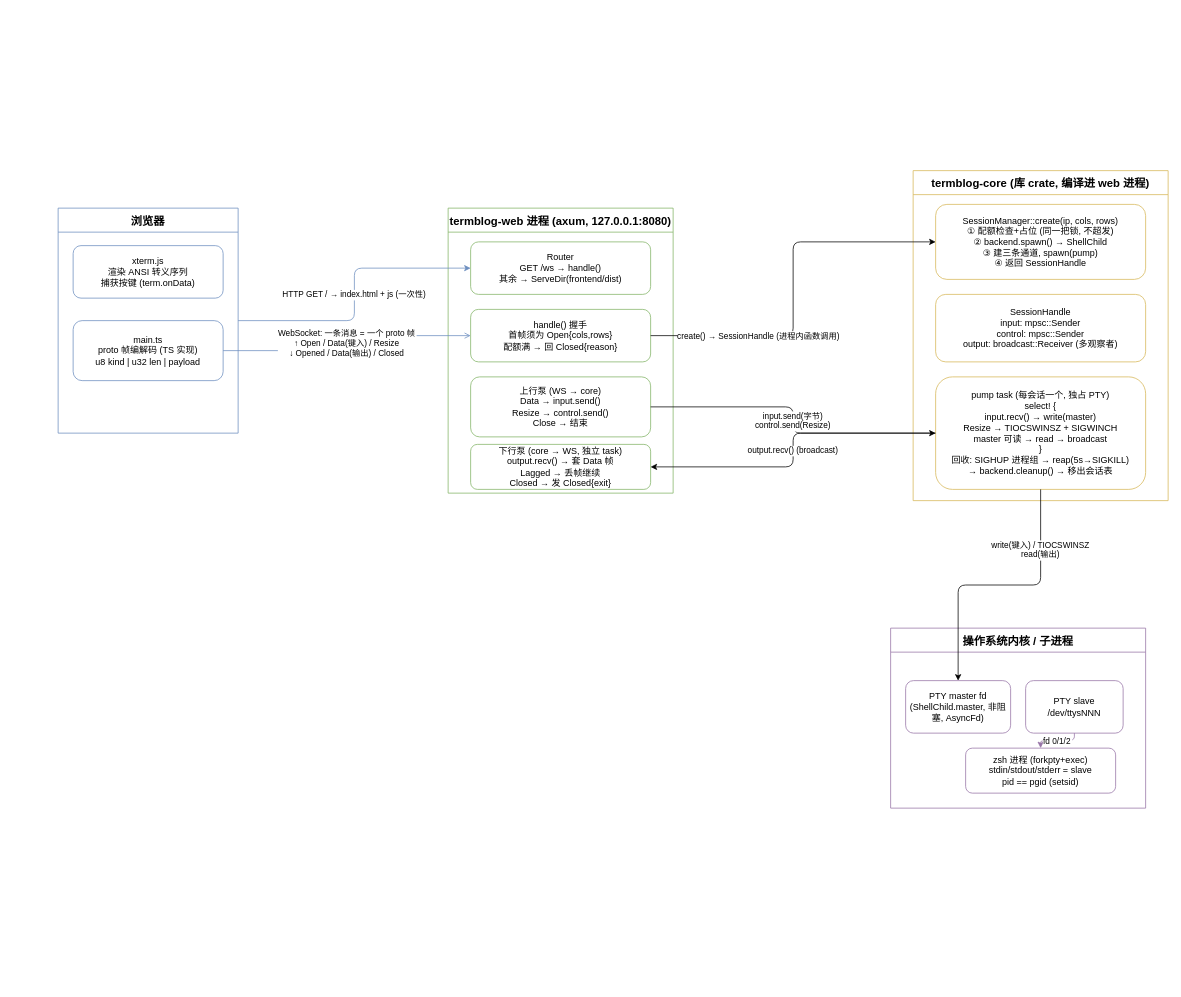
Above: docs/architecture.drawio in yizishun/termblog (draw.io), before the change. Source tidied: cells renumbered, new cells numbered last; positions are measured from the earlier drawing's top-left corner, leaving out a move shared by most shapes. Both pictures are drawn from the tidied source at 75%, with x=0, y=0 at pixel (58, 170).
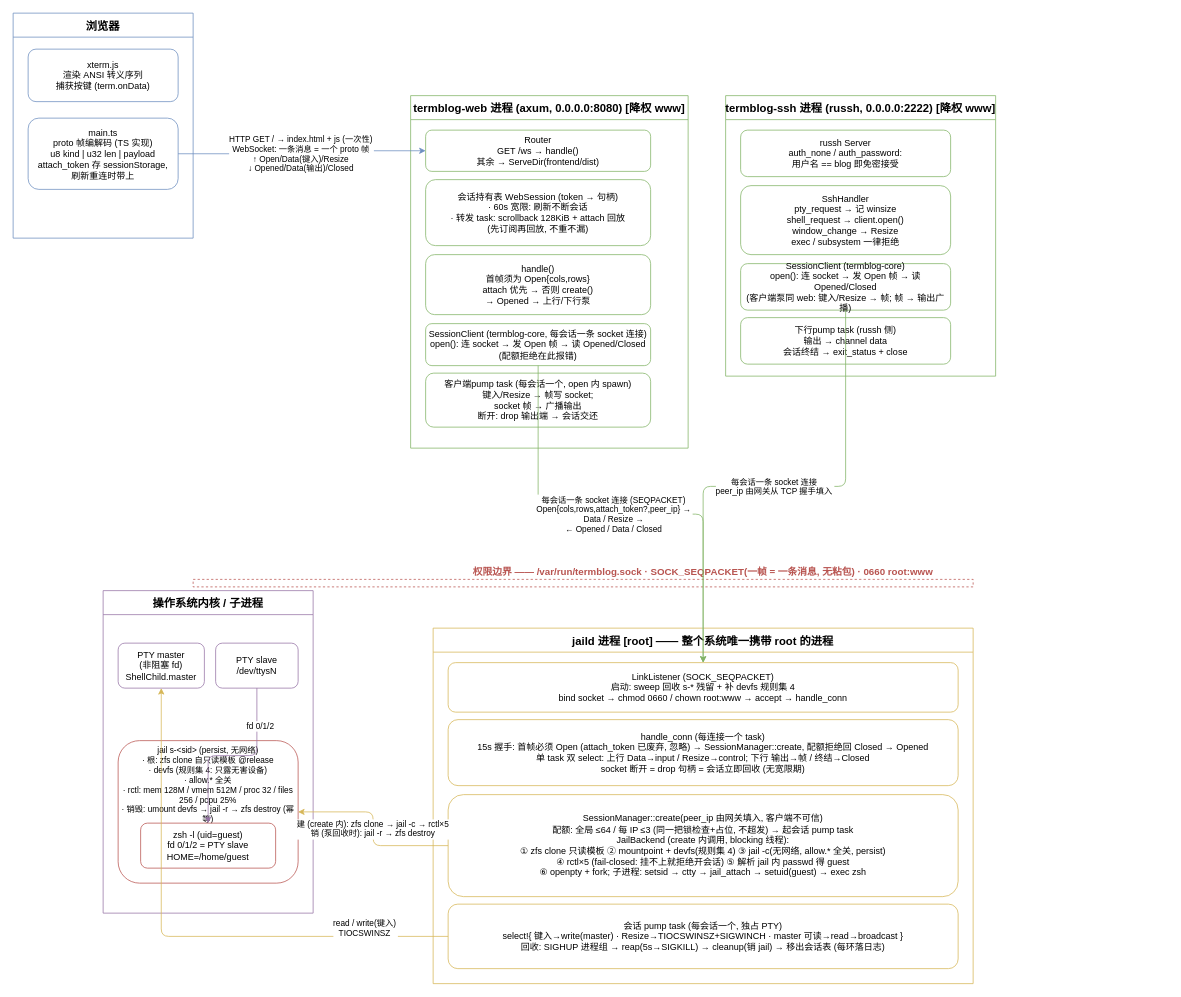
The same diagram, later.

Diff of the diagram source:
```diff
@@
     <mxCell id="2" value="浏览器" style="swimlane;startSize=32;fontSize=15;fontStyle=1;fill=#dae8fc;strokeColor=#6c8ebf;" parent="1" vertex="1">
-      <mxGeometry y="50" width="240" height="300" as="geometry" />
+      <mxGeometry x="-60" y="-210" width="240" height="300" as="geometry" />
     </mxCell>
     <mxCell id="3" value="xterm.js&#10;渲染 ANSI 转义序列&#10;捕获按键 (term.onData)" style="rounded=1;whiteSpace=wrap;fill=#ffffff;strokeColor=#6c8ebf;fontSize=12;" parent="2" vertex="1">
-      <mxGeometry x="20" y="50" width="200" height="70" as="geometry" />
+      <mxGeometry x="20" y="48" width="200" height="70" as="geometry" />
     </mxCell>
-    <mxCell id="4" value="main.ts&#10;proto 帧编解码 (TS 实现)&#10;u8 kind | u32 len | payload" style="rounded=1;whiteSpace=wrap;fill=#ffffff;strokeColor=#6c8ebf;fontSize=12;" parent="2" vertex="1">
-      <mxGeometry x="20" y="150" width="200" height="80" as="geometry" />
+    <mxCell id="4" value="main.ts&#10;proto 帧编解码 (TS 实现)&#10;u8 kind | u32 len | payload&#10;attach_token 存 sessionStorage,&#10;刷新重连时带上" style="rounded=1;whiteSpace=wrap;fill=#ffffff;strokeColor=#6c8ebf;fontSize=12;" parent="2" vertex="1">
+      <mxGeometry x="20" y="140" width="200" height="95" as="geometry" />
     </mxCell>
-    <mxCell id="5" value="termblog-web 进程 (axum, 127.0.0.1:8080)" style="swimlane;startSize=32;fontSize=15;fontStyle=1;fill=#d5e8d4;strokeColor=#82b366;" parent="1" vertex="1">
-      <mxGeometry x="520" y="50" width="300" height="380" as="geometry" />
+    <mxCell id="5" value="termblog-web 进程 (axum, 0.0.0.0:8080) [降权 www]" style="swimlane;startSize=32;fontSize=15;fontStyle=1;fill=#d5e8d4;strokeColor=#82b366;" parent="1" vertex="1">
+      <mxGeometry x="470" y="-100" width="370" height="470" as="geometry" />
     </mxCell>
     <mxCell id="6" value="Router&#10;GET /ws → handle()&#10;其余 → ServeDir(frontend/dist)" style="rounded=1;whiteSpace=wrap;fill=#ffffff;strokeColor=#82b366;fontSize=12;" parent="5" vertex="1">
-      <mxGeometry x="30" y="45" width="240" height="70" as="geometry" />
+      <mxGeometry x="20" y="46" width="300" height="55" as="geometry" />
     </mxCell>
+    <mxCell id="25" value="会话持有表 WebSession (token → 句柄)&#10;· 60s 宽限: 刷新不断会话&#10;· 转发 task: scrollback 128KiB + attach 回放&#10;(先订阅再回放, 不重不漏)" style="rounded=1;whiteSpace=wrap;fill=#ffffff;strokeColor=#82b366;fontSize=12;" parent="5" vertex="1">
+      <mxGeometry x="20" y="112" width="300" height="88" as="geometry" />
+    </mxCell>
-    <mxCell id="7" value="handle() 握手&#10;首帧须为 Open{cols,rows}&#10;配额满 → 回 Closed{reason}" style="rounded=1;whiteSpace=wrap;fill=#ffffff;strokeColor=#82b366;fontSize=12;" parent="5" vertex="1">
-      <mxGeometry x="30" y="135" width="240" height="70" as="geometry" />
+    <mxCell id="7" value="handle()&#10;首帧须为 Open{cols,rows}&#10;attach 优先 → 否则 create()&#10;→ Opened → 上行/下行泵" style="rounded=1;whiteSpace=wrap;fill=#ffffff;strokeColor=#82b366;fontSize=12;" parent="5" vertex="1">
+      <mxGeometry x="20" y="212" width="300" height="80" as="geometry" />
     </mxCell>
-    <mxCell id="8" value="上行泵 (WS → core)&#10;Data → input.send()&#10;Resize → control.send()&#10;Close → 结束" style="rounded=1;whiteSpace=wrap;fill=#ffffff;strokeColor=#82b366;fontSize=12;" parent="5" vertex="1">
-      <mxGeometry x="30" y="225" width="240" height="80" as="geometry" />
-    </mxCell>
-    <mxCell id="9" value="下行泵 (core → WS, 独立 task)&#10;output.recv() → 套 Data 帧&#10;Lagged → 丢帧继续&#10;Closed → 发 Closed{exit}" style="rounded=1;whiteSpace=wrap;fill=#ffffff;strokeColor=#82b366;fontSize=12;" parent="5" vertex="1">
-      <mxGeometry x="30" y="315" width="240" height="60" as="geometry" />
-    </mxCell>
-    <mxCell id="10" value="termblog-core (库 crate, 编译进 web 进程)" style="swimlane;startSize=32;fontSize=15;fontStyle=1;fill=#fff2cc;strokeColor=#d6b656;" parent="1" vertex="1">
-      <mxGeometry x="1140" width="340" height="440" as="geometry" />
-    </mxCell>
-    <mxCell id="11" value="SessionManager::create(ip, cols, rows)&#10;① 配额检查+占位 (同一把锁, 不超发)&#10;② backend.spawn() → ShellChild&#10;③ 建三条通道, spawn(pump)&#10;④ 返回 SessionHandle" style="rounded=1;whiteSpace=wrap;fill=#ffffff;strokeColor=#d6b656;fontSize=12;" parent="10" vertex="1">
-      <mxGeometry x="30" y="45" width="280" height="100" as="geometry" />
-    </mxCell>
-    <mxCell id="12" value="SessionHandle&#10;input: mpsc::Sender&#10;control: mpsc::Sender&#10;output: broadcast::Receiver (多观察者)" style="rounded=1;whiteSpace=wrap;fill=#ffffff;strokeColor=#d6b656;fontSize=12;" parent="10" vertex="1">
-      <mxGeometry x="30" y="165" width="280" height="90" as="geometry" />
-    </mxCell>
-    <mxCell id="13" value="pump task (每会话一个, 独占 PTY)&#10;select! {&#10;  input.recv() → write(master)&#10;  Resize → TIOCSWINSZ + SIGWINCH&#10;  master 可读 → read → broadcast&#10;}&#10;回收: SIGHUP 进程组 → reap(5s→SIGKILL)&#10;→ backend.cleanup() → 移出会话表" style="rounded=1;whiteSpace=wrap;fill=#ffffff;strokeColor=#d6b656;fontSize=12;" parent="10" vertex="1">
-      <mxGeometry x="30" y="275" width="280" height="150" as="geometry" />
-    </mxCell>
+    <mxCell id="26" value="SessionClient (termblog-core, 每会话一条 socket 连接)&#10;open(): 连 socket → 发 Open 帧 → 读 Opened/Closed&#10;(配额拒绝在此报错)" style="rounded=1;whiteSpace=wrap;fill=#ffffff;strokeColor=#82b366;fontSize=12;" parent="5" vertex="1">
+      <mxGeometry x="20" y="304" width="300" height="56" as="geometry" />
+    </mxCell>
+    <mxCell id="27" value="客户端pump task (每会话一个, open 内 spawn)&#10;键入/Resize → 帧写 socket;&#10;socket 帧 → 广播输出&#10;断开: drop 输出端 → 会话交还" style="rounded=1;whiteSpace=wrap;fill=#ffffff;strokeColor=#82b366;fontSize=12;" parent="5" vertex="1">
+      <mxGeometry x="20" y="370" width="300" height="72" as="geometry" />
+    </mxCell>
+    <mxCell id="28" value="termblog-ssh 进程 (russh, 0.0.0.0:2222) [降权 www]" style="swimlane;startSize=32;fontSize=15;fontStyle=1;fill=#d5e8d4;strokeColor=#82b366;" parent="1" vertex="1">
+      <mxGeometry x="890" y="-100" width="360" height="374" as="geometry" />
+    </mxCell>
+    <mxCell id="29" value="russh Server&#10;auth_none / auth_password:&#10;用户名 == blog 即免密接受" style="rounded=1;whiteSpace=wrap;fill=#ffffff;strokeColor=#82b366;fontSize=12;" parent="28" vertex="1">
+      <mxGeometry x="20" y="46" width="280" height="62" as="geometry" />
+    </mxCell>
+    <mxCell id="30" value="SshHandler&#10;pty_request → 记 winsize&#10;shell_request → client.open()&#10;window_change → Resize&#10;exec / subsystem 一律拒绝" style="rounded=1;whiteSpace=wrap;fill=#ffffff;strokeColor=#82b366;fontSize=12;" parent="28" vertex="1">
+      <mxGeometry x="20" y="120" width="280" height="92" as="geometry" />
+    </mxCell>
+    <mxCell id="31" value="SessionClient (termblog-core)&#10;open(): 连 socket → 发 Open 帧 → 读 Opened/Closed&#10;(客户端泵同 web: 键入/Resize → 帧; 帧 → 输出广播)" style="rounded=1;whiteSpace=wrap;fill=#ffffff;strokeColor=#82b366;fontSize=12;" parent="28" vertex="1">
+      <mxGeometry x="20" y="224" width="280" height="62" as="geometry" />
+    </mxCell>
+    <mxCell id="32" value="下行pump task (russh 侧)&#10;输出 → channel data&#10;会话终结 → exit_status + close" style="rounded=1;whiteSpace=wrap;fill=#ffffff;strokeColor=#82b366;fontSize=12;" parent="28" vertex="1">
+      <mxGeometry x="20" y="296" width="280" height="62" as="geometry" />
+    </mxCell>
+    <mxCell id="33" value="权限边界 —— /var/run/termblog.sock · SOCK_SEQPACKET(一帧 = 一条消息, 无粘包) · 0660 root:www" style="text;html=1;strokeColor=none;fillColor=none;align=center;verticalAlign=middle;whiteSpace=wrap;fontSize=13;fontStyle=1;fontColor=#b85450;" parent="1" vertex="1">
+      <mxGeometry x="500" y="520" width="720" height="30" as="geometry" />
+    </mxCell>
+    <mxCell id="34" style="endArrow=none;dashed=1;strokeWidth=1;strokeColor=#b85450;" parent="1" vertex="1">
+      <mxGeometry x="180" y="545" width="1040" height="10" as="geometry" />
+    </mxCell>
+    <mxCell id="35" value="jaild 进程 [root] —— 整个系统唯一携带 root 的进程" style="swimlane;startSize=32;fontSize=15;fontStyle=1;fill=#fff2cc;strokeColor=#d6b656;" parent="1" vertex="1">
+      <mxGeometry x="500" y="610" width="720" height="474" as="geometry" />
+    </mxCell>
+    <mxCell id="36" value="LinkListener (SOCK_SEQPACKET)&#10;启动: sweep 回收 s-* 残留 + 补 devfs 规则集 4&#10;bind socket → chmod 0660 / chown root:www → accept → handle_conn" style="rounded=1;whiteSpace=wrap;fill=#ffffff;strokeColor=#d6b656;fontSize=12;" parent="35" vertex="1">
+      <mxGeometry x="20" y="46" width="680" height="66" as="geometry" />
+    </mxCell>
+    <mxCell id="37" value="handle_conn (每连接一个 task)&#10;15s 握手: 首帧必须 Open (attach_token 已废弃, 忽略) → SessionManager::create, 配额拒绝回 Closed → Opened&#10;单 task 双 select: 上行 Data→input / Resize→control; 下行 输出→帧 / 终结→Closed&#10;socket 断开 = drop 句柄 = 会话立即回收 (无宽限期)" style="rounded=1;whiteSpace=wrap;fill=#ffffff;strokeColor=#d6b656;fontSize=12;" parent="35" vertex="1">
+      <mxGeometry x="20" y="122" width="680" height="88" as="geometry" />
+    </mxCell>
+    <mxCell id="38" value="SessionManager::create(peer_ip 由网关填入, 客户端不可信)&#10;配额: 全局 ≤64 / 每 IP ≤3 (同一把锁检查+占位, 不超发) → 起会话 pump task&#10;JailBackend (create 内调用, blocking 线程):&#10;① zfs clone 只读模板  ② mountpoint + devfs(规则集 4)  ③ jail -c(无网络, allow.* 全关, persist)&#10;④ rctl×5 (fail-closed: 挂不上就拒绝开会话)  ⑤ 解析 jail 内 passwd 得 guest&#10;⑥ openpty + fork; 子进程: setsid → ctty → jail_attach → setuid(guest) → exec zsh" style="rounded=1;whiteSpace=wrap;fill=#ffffff;strokeColor=#d6b656;fontSize=12;" parent="35" vertex="1">
+      <mxGeometry x="20" y="222" width="680" height="136" as="geometry" />
+    </mxCell>
+    <mxCell id="39" value="会话 pump task (每会话一个, 独占 PTY)&#10;select!{ 键入→write(master) · Resize→TIOCSWINSZ+SIGWINCH · master 可读→read→broadcast }&#10;回收: SIGHUP 进程组 → reap(5s→SIGKILL) → cleanup(销 jail) → 移出会话表 (每环落日志)" style="rounded=1;whiteSpace=wrap;fill=#ffffff;strokeColor=#d6b656;fontSize=12;" parent="35" vertex="1">
+      <mxGeometry x="20" y="368" width="680" height="86" as="geometry" />
+    </mxCell>
     <mxCell id="14" value="操作系统内核 / 子进程" style="swimlane;startSize=32;fontSize=15;fontStyle=1;fill=#e1d5e7;strokeColor=#9673a6;" parent="1" vertex="1">
-      <mxGeometry x="1110" y="610" width="340" height="240" as="geometry" />
+      <mxGeometry x="60" y="560" width="280" height="430" as="geometry" />
     </mxCell>
-    <mxCell id="15" value="PTY master fd&#10;(ShellChild.master, 非阻塞, AsyncFd)" style="rounded=1;whiteSpace=wrap;fill=#ffffff;strokeColor=#9673a6;fontSize=12;" parent="14" vertex="1">
-      <mxGeometry x="20" y="70" width="140" height="70" as="geometry" />
+    <mxCell id="15" value="PTY master&#10;(非阻塞 fd)&#10;ShellChild.master" style="rounded=1;whiteSpace=wrap;fill=#ffffff;strokeColor=#9673a6;fontSize=12;" parent="14" vertex="1">
+      <mxGeometry x="20" y="70" width="115" height="60" as="geometry" />
     </mxCell>
-    <mxCell id="16" value="PTY slave&#10;/dev/ttysNNN" style="rounded=1;whiteSpace=wrap;fill=#ffffff;strokeColor=#9673a6;fontSize=12;" parent="14" vertex="1">
-      <mxGeometry x="180" y="70" width="130" height="70" as="geometry" />
+    <mxCell id="16" value="PTY slave&#10;/dev/ttysN" style="rounded=1;whiteSpace=wrap;fill=#ffffff;strokeColor=#9673a6;fontSize=12;" parent="14" vertex="1">
+      <mxGeometry x="150" y="70" width="110" height="60" as="geometry" />
     </mxCell>
+    <mxCell id="40" value="jail s-&lt;sid&gt; (persist, 无网络)&#10;· 根: zfs clone 自只读模板 @release&#10;· devfs (规则集 4: 只露无害设备)&#10;· allow.* 全关&#10;· rctl: mem 128M / vmem 512M / proc 32 / files 256 / pcpu 25%&#10;· 销毁: umount devfs → jail -r → zfs destroy (幂等)" style="rounded=1;whiteSpace=wrap;fill=#f8cecc;strokeColor=#b85450;fontSize=11;verticalAlign=top;" parent="14" vertex="1">
+      <mxGeometry x="20" y="200" width="240" height="190" as="geometry" />
+    </mxCell>
-    <mxCell id="17" value="zsh 进程 (forkpty+exec)&#10;stdin/stdout/stderr = slave&#10;pid == pgid (setsid)" style="rounded=1;whiteSpace=wrap;fill=#ffffff;strokeColor=#9673a6;fontSize=12;" parent="14" vertex="1">
-      <mxGeometry x="100" y="160" width="200" height="60" as="geometry" />
+    <mxCell id="17" value="zsh -l (uid=guest)&#10;fd 0/1/2 = PTY slave&#10;HOME=/home/guest" style="rounded=1;whiteSpace=wrap;fill=#ffffff;strokeColor=#b85450;fontSize=12;" parent="14" vertex="1">
+      <mxGeometry x="50" y="310" width="180" height="60" as="geometry" />
     </mxCell>
-    <mxCell id="18" value="HTTP GET / → index.html + js (一次性)" style="edgeStyle=orthogonalEdgeStyle;fontSize=11;strokeColor=#6c8ebf;" parent="1" edge="1" source="2" target="6">
-      <mxGeometry relative="1" as="geometry" />
+    <mxCell id="18" value="HTTP GET / → index.html + js (一次性)&#10;WebSocket: 一条消息 = 一个 proto 帧&#10;↑ Open/Data(键入)/Resize&#10;↓ Opened/Data(输出)/Closed" style="edgeStyle=orthogonalEdgeStyle;fontSize=11;labelBackgroundColor=#ffffff;strokeColor=#6c8ebf;entryX=0;entryY=0.5;entryDx=0;entryDy=0;" parent="1" edge="1" source="4" target="6">
+      <mxGeometry x="-0.02" relative="1" as="geometry" />
     </mxCell>
-    <mxCell id="19" value="WebSocket: 一条消息 = 一个 proto 帧&#10;↑ Open / Data(键入) / Resize&#10;↓ Opened / Data(输出) / Closed" style="edgeStyle=orthogonalEdgeStyle;fontSize=11;startArrow=none;endArrow=open;strokeColor=#6c8ebf;" parent="1" edge="1" source="4" target="7">
-      <mxGeometry relative="1" as="geometry" />
+    <mxCell id="19" value="每会话一条 socket 连接 (SEQPACKET)&#10;Open{cols,rows,attach_token?,peer_ip} →&#10;Data / Resize →&#10;← Opened / Data / Closed" style="edgeStyle=orthogonalEdgeStyle;fontSize=11;labelBackgroundColor=#ffffff;strokeColor=#82b366;" parent="1" edge="1" source="26" target="36">
+      <mxGeometry x="-0.03" relative="1" as="geometry" />
     </mxCell>
-    <mxCell id="20" value="create() → SessionHandle (进程内函数调用)" style="edgeStyle=orthogonalEdgeStyle;fontSize=11;entryX=0;entryY=0.5;entryDx=0;entryDy=0;" parent="1" edge="1" source="7" target="11">
-      <mxGeometry x="-0.43" relative="1" as="geometry" />
+    <mxCell id="20" value="每会话一条 socket 连接&#10;peer_ip 由网关从 TCP 握手填入" style="edgeStyle=orthogonalEdgeStyle;fontSize=11;labelBackgroundColor=#ffffff;strokeColor=#82b366;" parent="1" edge="1" source="31" target="36">
+      <mxGeometry relative="1" as="geometry" />
     </mxCell>
-    <mxCell id="21" value="input.send(字节)&#10;control.send(Resize)" style="edgeStyle=orthogonalEdgeStyle;fontSize=11;" parent="1" edge="1" source="8" target="13">
-      <mxGeometry relative="1" as="geometry" />
+    <mxCell id="21" value="read / write(键入)&#10;TIOCSWINSZ" style="edgeStyle=orthogonalEdgeStyle;fontSize=11;labelBackgroundColor=#ffffff;strokeColor=#d6b656;" parent="1" edge="1" source="39" target="15">
+      <mxGeometry x="-0.69" y="-11" relative="1" as="geometry" />
     </mxCell>
-    <mxCell id="22" value="output.recv() (broadcast)" style="edgeStyle=orthogonalEdgeStyle;fontSize=11;" parent="1" edge="1" source="13" target="9">
+    <mxCell id="22" value="建 (create 内): zfs clone → jail -c → rctl×5&#10;销 (泵回收时): jail -r → zfs destroy" style="edgeStyle=orthogonalEdgeStyle;fontSize=11;labelBackgroundColor=#ffffff;strokeColor=#d6b656;" parent="1" edge="1" source="38" target="40">
       <mxGeometry relative="1" as="geometry" />
     </mxCell>
-    <mxCell id="23" value="write(键入) / TIOCSWINSZ&#10;read(输出)" style="edgeStyle=orthogonalEdgeStyle;fontSize=11;" parent="1" edge="1" source="13" target="15">
-      <mxGeometry x="-0.56" relative="1" as="geometry" />
+    <mxCell id="23" value="fd 0/1/2" style="edgeStyle=orthogonalEdgeStyle;fontSize=11;labelBackgroundColor=#ffffff;strokeColor=#9673a6;" parent="1" edge="1" source="16" target="17">
+      <mxGeometry x="-0.59" y="5" relative="1" as="geometry" />
     </mxCell>
-    <mxCell id="24" value="fd 0/1/2" style="edgeStyle=orthogonalEdgeStyle;fontSize=11;strokeColor=#9673a6;" parent="1" edge="1" source="16" target="17">
-      <mxGeometry relative="1" as="geometry" />
-    </mxCell>
```
